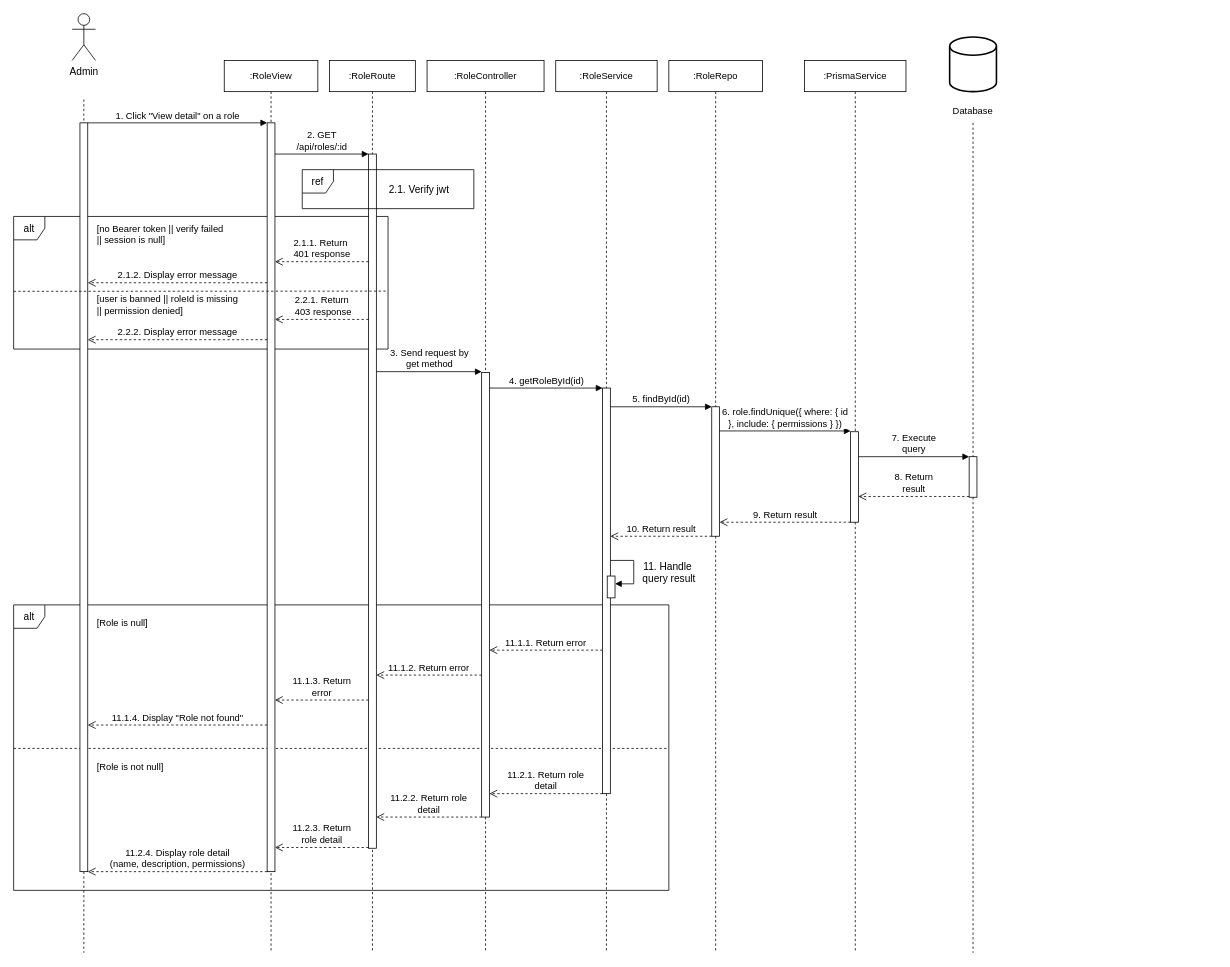
Thunggg/Frevia keeps this draw.io diagram as sequence-diagrams-remake/tthuan/UC-06_02-view-role-detail.drawio. Above is the earlier version. Source tidied: cells renumbered, new cells numbered last; positions are measured from the earlier drawing's top-left corner, leaving out a move shared by most shapes. Both pictures are drawn from the tidied source at 78%, with x=0, y=0 at pixel (13, 13).
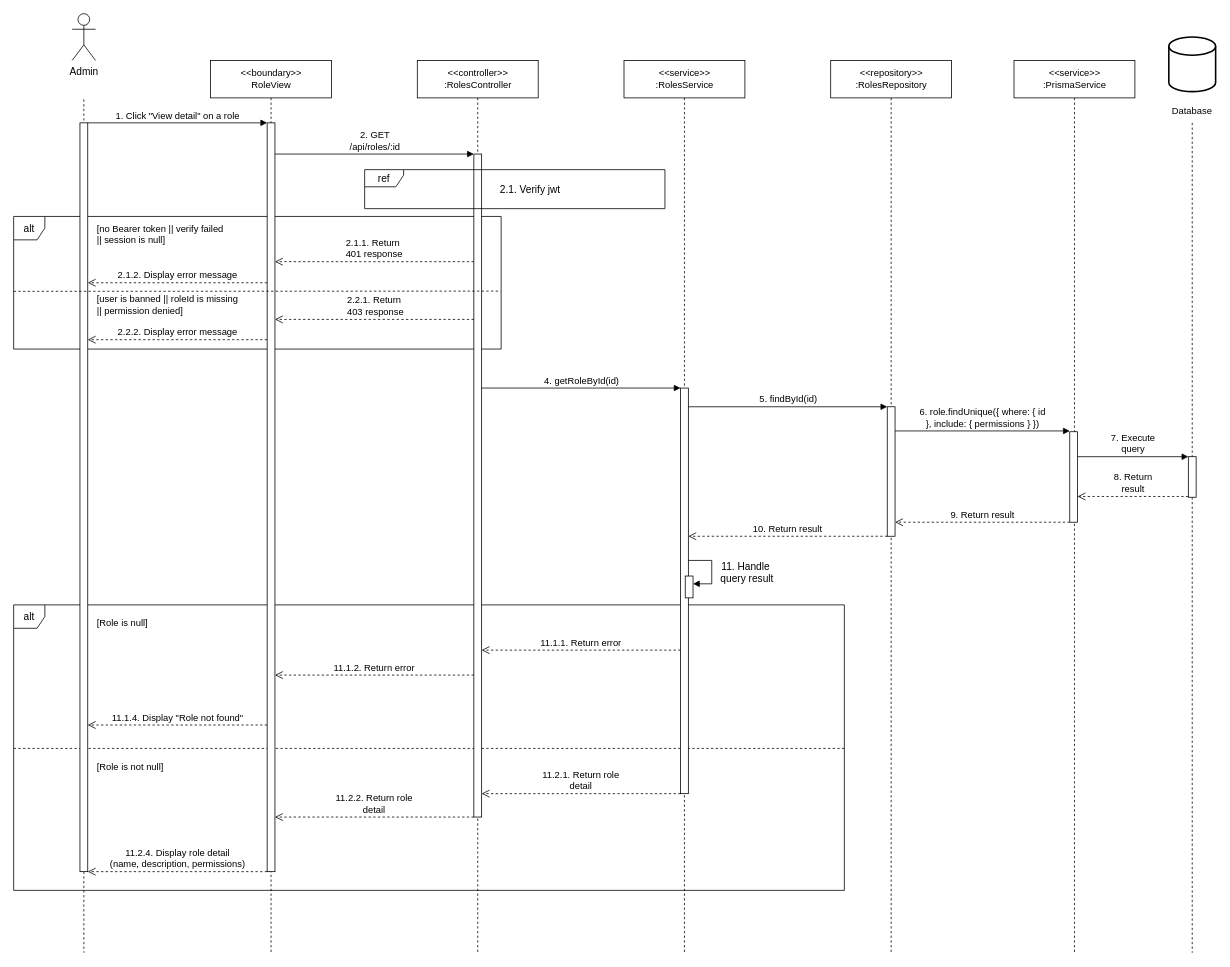
Above is the later version.

What changed in the source:
```diff
@@
-    <mxCell id="4" value=":RoleView" style="shape=umlLifeline;perimeter=lifelinePerimeter;whiteSpace=wrap;html=1;newEdgeStyle={&quot;curved&quot;:0,&quot;rounded&quot;:0};" parent="1" vertex="1">
-      <mxGeometry x="270" y="60" width="120" height="1144" as="geometry" />
+    <mxCell id="4" value="&amp;lt;&amp;lt;boundary&amp;gt;&amp;gt;&lt;br&gt;RoleView" style="shape=umlLifeline;perimeter=lifelinePerimeter;whiteSpace=wrap;html=1;newEdgeStyle={&quot;curved&quot;:0,&quot;rounded&quot;:0};size=48;" parent="1" vertex="1">
+      <mxGeometry x="252.5" y="60" width="155" height="1144" as="geometry" />
     </mxCell>
-    <mxCell id="5" value=":RoleRoute" style="shape=umlLifeline;perimeter=lifelinePerimeter;whiteSpace=wrap;html=1;newEdgeStyle={&quot;curved&quot;:0,&quot;rounded&quot;:0};" parent="1" vertex="1">
-      <mxGeometry x="405" y="60" width="110" height="1144" as="geometry" />
-    </mxCell>
-    <mxCell id="6" value=":RoleController" style="shape=umlLifeline;perimeter=lifelinePerimeter;whiteSpace=wrap;html=1;newEdgeStyle={&quot;curved&quot;:0,&quot;rounded&quot;:0};" parent="1" vertex="1">
-      <mxGeometry x="530" y="60" width="150" height="1144" as="geometry" />
+    <mxCell id="6" value="&amp;lt;&amp;lt;controller&amp;gt;&amp;gt;&lt;br&gt;:RolesController" style="shape=umlLifeline;perimeter=lifelinePerimeter;whiteSpace=wrap;html=1;newEdgeStyle={&quot;curved&quot;:0,&quot;rounded&quot;:0};size=48;" parent="1" vertex="1">
+      <mxGeometry x="517.5" y="60" width="155" height="1144" as="geometry" />
     </mxCell>
-    <mxCell id="7" value=":RoleService" style="shape=umlLifeline;perimeter=lifelinePerimeter;whiteSpace=wrap;html=1;newEdgeStyle={&quot;curved&quot;:0,&quot;rounded&quot;:0};" parent="1" vertex="1">
-      <mxGeometry x="695" y="60" width="130" height="1144" as="geometry" />
+    <mxCell id="7" value="&amp;lt;&amp;lt;service&amp;gt;&amp;gt;&lt;br&gt;:RolesService" style="shape=umlLifeline;perimeter=lifelinePerimeter;whiteSpace=wrap;html=1;newEdgeStyle={&quot;curved&quot;:0,&quot;rounded&quot;:0};size=48;" parent="1" vertex="1">
+      <mxGeometry x="782.5" y="60" width="155" height="1144" as="geometry" />
     </mxCell>
-    <mxCell id="8" value=":RoleRepo" style="shape=umlLifeline;perimeter=lifelinePerimeter;whiteSpace=wrap;html=1;newEdgeStyle={&quot;curved&quot;:0,&quot;rounded&quot;:0};" parent="1" vertex="1">
-      <mxGeometry x="840" y="60" width="120" height="1144" as="geometry" />
+    <mxCell id="8" value="&amp;lt;&amp;lt;repository&amp;gt;&amp;gt;&lt;br&gt;:RolesRepository" style="shape=umlLifeline;perimeter=lifelinePerimeter;whiteSpace=wrap;html=1;newEdgeStyle={&quot;curved&quot;:0,&quot;rounded&quot;:0};size=48;" parent="1" vertex="1">
+      <mxGeometry x="1047.5" y="60" width="155" height="1144" as="geometry" />
     </mxCell>
-    <mxCell id="9" value=":PrismaService" style="shape=umlLifeline;perimeter=lifelinePerimeter;whiteSpace=wrap;html=1;newEdgeStyle={&quot;curved&quot;:0,&quot;rounded&quot;:0};" parent="1" vertex="1">
-      <mxGeometry x="1014" y="60" width="130" height="1144" as="geometry" />
+    <mxCell id="9" value="&amp;lt;&amp;lt;service&amp;gt;&amp;gt;&lt;br&gt;:PrismaService" style="shape=umlLifeline;perimeter=lifelinePerimeter;whiteSpace=wrap;html=1;newEdgeStyle={&quot;curved&quot;:0,&quot;rounded&quot;:0};size=48;" parent="1" vertex="1">
+      <mxGeometry x="1282.5" y="60" width="155" height="1144" as="geometry" />
     </mxCell>
     <mxCell id="10" style="strokeWidth=2;html=1;shape=mxgraph.flowchart.database;whiteSpace=wrap;" parent="1" vertex="1">
-      <mxGeometry x="1200" y="30" width="60" height="70" as="geometry" />
+      <mxGeometry x="1481" y="30" width="60" height="70" as="geometry" />
     </mxCell>
     <mxCell id="11" value="Database" style="text;html=1;align=center;verticalAlign=middle;whiteSpace=wrap;rounded=0;" parent="1" vertex="1">
-      <mxGeometry x="1200" y="110" width="60" height="30" as="geometry" />
+      <mxGeometry x="1481" y="110" width="60" height="30" as="geometry" />
     </mxCell>
     <mxCell id="12" style="endArrow=none;dashed=1;html=1;rounded=0;fontSize=13;" parent="1" edge="1">
       <mxGeometry relative="1" as="geometry">
-        <mxPoint x="1230" y="140" as="sourcePoint" />
-        <mxPoint x="1230" y="1204" as="targetPoint" />
+        <mxPoint x="1511" y="140" as="sourcePoint" />
+        <mxPoint x="1511" y="1204" as="targetPoint" />
       </mxGeometry>
     </mxCell>
     <mxCell id="13" value="alt" style="shape=umlFrame;whiteSpace=wrap;html=1;width=40;height=30;fontSize=13;fillColor=none;" parent="1" vertex="1">
-      <mxGeometry y="260" width="480" height="170" as="geometry" />
+      <mxGeometry y="260" width="625" height="170" as="geometry" />
     </mxCell>
     <mxCell id="14" value="alt" style="shape=umlFrame;whiteSpace=wrap;html=1;width=40;height=30;fontSize=13;fillColor=none;" parent="1" vertex="1">
-      <mxGeometry y="758" width="840" height="366" as="geometry" />
+      <mxGeometry y="758" width="1065" height="366" as="geometry" />
     </mxCell>
     <mxCell id="15" style="endArrow=none;dashed=1;html=1;rounded=0;fontSize=13;" parent="1" edge="1">
       <mxGeometry relative="1" as="geometry">
         <mxPoint y="942" as="sourcePoint" />
-        <mxPoint x="840" y="942" as="targetPoint" />
+        <mxPoint x="1065" y="942" as="targetPoint" />
       </mxGeometry>
     </mxCell>
@@
-    <mxCell id="21" style="html=1;perimeter=orthogonalPerimeter;targetShapes=umlLifeline;newEdgeStyle={&quot;curved&quot;:0,&quot;rounded&quot;:0};" parent="1" vertex="1">
-      <mxGeometry x="455" y="180" width="10" height="890" as="geometry" />
-    </mxCell>
     <mxCell id="22" style="html=1;perimeter=orthogonalPerimeter;targetShapes=umlLifeline;newEdgeStyle={&quot;curved&quot;:0,&quot;rounded&quot;:0};" parent="1" vertex="1">
-      <mxGeometry x="600" y="460" width="10" height="570" as="geometry" />
+      <mxGeometry x="590" y="180" width="10" height="850" as="geometry" />
     </mxCell>
     <mxCell id="23" style="html=1;perimeter=orthogonalPerimeter;targetShapes=umlLifeline;newEdgeStyle={&quot;curved&quot;:0,&quot;rounded&quot;:0};" parent="1" vertex="1">
-      <mxGeometry x="755" y="480" width="10" height="520" as="geometry" />
+      <mxGeometry x="855" y="480" width="10" height="520" as="geometry" />
     </mxCell>
     <mxCell id="24" style="html=1;perimeter=orthogonalPerimeter;targetShapes=umlLifeline;newEdgeStyle={&quot;curved&quot;:0,&quot;rounded&quot;:0};" parent="1" vertex="1">
-      <mxGeometry x="1225" y="568" width="10" height="52" as="geometry" />
+      <mxGeometry x="1506" y="568" width="10" height="52" as="geometry" />
     </mxCell>
     <mxCell id="25" style="html=1;points=[[0,0,0,0,5],[0,1,0,0,-5],[1,0,0,0,5],[1,1,0,0,-5]];perimeter=orthogonalPerimeter;outlineConnect=0;targetShapes=umlLifeline;portConstraint=eastwest;newEdgeStyle={&quot;curved&quot;:0,&quot;rounded&quot;:0};" parent="1" vertex="1">
-      <mxGeometry x="1073" y="536" width="10" height="116" as="geometry" />
+      <mxGeometry x="1354" y="536" width="10" height="116" as="geometry" />
     </mxCell>
     <mxCell id="26" style="html=1;perimeter=orthogonalPerimeter;targetShapes=umlLifeline;newEdgeStyle={&quot;curved&quot;:0,&quot;rounded&quot;:0};" parent="1" vertex="1">
-      <mxGeometry x="895" y="504" width="10" height="166" as="geometry" />
+      <mxGeometry x="1120" y="504" width="10" height="166" as="geometry" />
     </mxCell>
-    <mxCell id="27" value="1. Click &quot;View detail&quot; on a role" style="html=1;verticalAlign=bottom;endArrow=block;curved=0;rounded=0;fontSize=12;" parent="1" edge="1">
+    <mxCell id="27" value="1. Click &quot;View detail&quot; on a role" style="html=1;verticalAlign=bottom;endArrow=block;curved=0;rounded=0;fontSize=12;labelBackgroundColor=#ffffff;" parent="1" edge="1">
       <mxGeometry relative="1" as="geometry">
         <mxPoint x="95" y="140" as="sourcePoint" />
         <mxPoint x="325" y="140" as="targetPoint" />
       </mxGeometry>
     </mxCell>
-    <mxCell id="28" value="2. GET&lt;br&gt;/api/roles/:id" style="html=1;verticalAlign=bottom;endArrow=block;curved=0;rounded=0;fontSize=12;" parent="1" edge="1">
+    <mxCell id="28" value="2. GET&lt;br&gt;/api/roles/:id" style="html=1;verticalAlign=bottom;endArrow=block;curved=0;rounded=0;fontSize=12;labelBackgroundColor=#ffffff;" parent="1" edge="1">
       <mxGeometry relative="1" as="geometry">
         <mxPoint x="335" y="180" as="sourcePoint" />
-        <mxPoint x="455" y="180" as="targetPoint" />
+        <mxPoint x="590" y="180" as="targetPoint" />
       </mxGeometry>
     </mxCell>
-    <mxCell id="29" value="2.1.1. Return&amp;nbsp;&lt;div&gt;401 response&lt;/div&gt;" style="html=1;verticalAlign=bottom;endArrow=open;dashed=1;endSize=8;curved=0;rounded=0;fontSize=12;" parent="1" edge="1">
+    <mxCell id="29" value="2.1.1. Return&amp;nbsp;&lt;div&gt;401 response&lt;/div&gt;" style="html=1;verticalAlign=bottom;endArrow=open;dashed=1;endSize=8;curved=0;rounded=0;fontSize=12;labelBackgroundColor=#ffffff;" parent="1" edge="1">
       <mxGeometry relative="1" as="geometry">
-        <mxPoint x="455" y="318" as="sourcePoint" />
+        <mxPoint x="590" y="318" as="sourcePoint" />
         <mxPoint x="335" y="318" as="targetPoint" />
       </mxGeometry>
     </mxCell>
-    <mxCell id="30" value="2.1.2. Display error message" style="html=1;verticalAlign=bottom;endArrow=open;dashed=1;endSize=8;curved=0;rounded=0;fontSize=12;" parent="1" edge="1">
+    <mxCell id="30" value="2.1.2. Display error message" style="html=1;verticalAlign=bottom;endArrow=open;dashed=1;endSize=8;curved=0;rounded=0;fontSize=12;labelBackgroundColor=#ffffff;" parent="1" edge="1">
       <mxGeometry relative="1" as="geometry">
         <mxPoint x="325" y="345" as="sourcePoint" />
         <mxPoint x="95" y="345" as="targetPoint" />
       </mxGeometry>
     </mxCell>
@@
-    <mxCell id="33" value="2.2.1. Return&lt;div&gt;&amp;nbsp;403 response&lt;/div&gt;" style="html=1;verticalAlign=bottom;endArrow=open;dashed=1;endSize=8;curved=0;rounded=0;fontSize=12;" parent="1" edge="1">
+    <mxCell id="33" value="2.2.1. Return&lt;div&gt;&amp;nbsp;403 response&lt;/div&gt;" style="html=1;verticalAlign=bottom;endArrow=open;dashed=1;endSize=8;curved=0;rounded=0;fontSize=12;labelBackgroundColor=#ffffff;" parent="1" edge="1">
       <mxGeometry relative="1" as="geometry">
-        <mxPoint x="455" y="392" as="sourcePoint" />
+        <mxPoint x="590" y="392" as="sourcePoint" />
         <mxPoint x="335" y="392" as="targetPoint" />
       </mxGeometry>
     </mxCell>
-    <mxCell id="34" value="2.2.2. Display error message" style="html=1;verticalAlign=bottom;endArrow=open;dashed=1;endSize=8;curved=0;rounded=0;fontSize=12;" parent="1" edge="1">
+    <mxCell id="34" value="2.2.2. Display error message" style="html=1;verticalAlign=bottom;endArrow=open;dashed=1;endSize=8;curved=0;rounded=0;fontSize=12;labelBackgroundColor=#ffffff;" parent="1" edge="1">
       <mxGeometry relative="1" as="geometry">
         <mxPoint x="325" y="418" as="sourcePoint" />
         <mxPoint x="95" y="418" as="targetPoint" />
       </mxGeometry>
     </mxCell>
-    <mxCell id="35" value="3. Send request by&lt;br&gt;get method" style="html=1;verticalAlign=bottom;endArrow=block;curved=0;rounded=0;fontSize=12;" parent="1" edge="1">
-      <mxGeometry relative="1" as="geometry">
-        <mxPoint x="465" y="459" as="sourcePoint" />
-        <mxPoint x="600" y="459" as="targetPoint" />
-      </mxGeometry>
-    </mxCell>
-    <mxCell id="36" value="4. getRoleById(id)" style="html=1;verticalAlign=bottom;endArrow=block;curved=0;rounded=0;fontSize=12;" parent="1" edge="1">
+    <mxCell id="36" value="4. getRoleById(id)" style="html=1;verticalAlign=bottom;endArrow=block;curved=0;rounded=0;fontSize=12;labelBackgroundColor=#ffffff;" parent="1" edge="1">
       <mxGeometry relative="1" as="geometry">
-        <mxPoint x="610" y="480" as="sourcePoint" />
-        <mxPoint x="755" y="480" as="targetPoint" />
+        <mxPoint x="600" y="480" as="sourcePoint" />
+        <mxPoint x="855" y="480" as="targetPoint" />
       </mxGeometry>
     </mxCell>
-    <mxCell id="37" value="5. findById(id)" style="html=1;verticalAlign=bottom;endArrow=block;curved=0;rounded=0;fontSize=12;" parent="1" edge="1">
+    <mxCell id="37" value="5. findById(id)" style="html=1;verticalAlign=bottom;endArrow=block;curved=0;rounded=0;fontSize=12;labelBackgroundColor=#ffffff;" parent="1" edge="1">
       <mxGeometry relative="1" as="geometry">
-        <mxPoint x="765" y="504" as="sourcePoint" />
-        <mxPoint x="895" y="504" as="targetPoint" />
+        <mxPoint x="865" y="504" as="sourcePoint" />
+        <mxPoint x="1120" y="504" as="targetPoint" />
       </mxGeometry>
     </mxCell>
-    <mxCell id="38" value="6. role.findUnique({ where: { id&lt;br&gt;}, include: { permissions } })" style="html=1;verticalAlign=bottom;endArrow=block;curved=0;rounded=0;fontSize=12;" parent="1" edge="1">
+    <mxCell id="38" value="6. role.findUnique({ where: { id&lt;br&gt;}, include: { permissions } })" style="html=1;verticalAlign=bottom;endArrow=block;curved=0;rounded=0;fontSize=12;labelBackgroundColor=#ffffff;" parent="1" edge="1">
       <mxGeometry relative="1" as="geometry">
-        <mxPoint x="905" y="535" as="sourcePoint" />
-        <mxPoint x="1073" y="535" as="targetPoint" />
+        <mxPoint x="1130" y="535" as="sourcePoint" />
+        <mxPoint x="1354" y="535" as="targetPoint" />
       </mxGeometry>
     </mxCell>
-    <mxCell id="39" value="7. Execute&lt;br&gt;query" style="html=1;verticalAlign=bottom;endArrow=block;curved=0;rounded=0;fontSize=12;" parent="1" edge="1">
+    <mxCell id="39" value="7. Execute&lt;br&gt;query" style="html=1;verticalAlign=bottom;endArrow=block;curved=0;rounded=0;fontSize=12;labelBackgroundColor=#ffffff;" parent="1" edge="1">
       <mxGeometry relative="1" as="geometry">
-        <mxPoint x="1083" y="568" as="sourcePoint" />
-        <mxPoint x="1225" y="568" as="targetPoint" />
+        <mxPoint x="1364" y="568" as="sourcePoint" />
+        <mxPoint x="1506" y="568" as="targetPoint" />
       </mxGeometry>
     </mxCell>
-    <mxCell id="40" value="8. Return&lt;br&gt;result" style="html=1;verticalAlign=bottom;endArrow=open;dashed=1;endSize=8;curved=0;rounded=0;fontSize=12;" parent="1" edge="1" target="25">
+    <mxCell id="40" value="8. Return&lt;br&gt;result" style="html=1;verticalAlign=bottom;endArrow=open;dashed=1;endSize=8;curved=0;rounded=0;fontSize=12;labelBackgroundColor=#ffffff;" parent="1" edge="1" target="25">
       <mxGeometry relative="1" as="geometry">
-        <mxPoint x="1225" y="619" as="sourcePoint" />
+        <mxPoint x="1506" y="619" as="sourcePoint" />
       </mxGeometry>
     </mxCell>
-    <mxCell id="41" value="9. Return result" style="html=1;verticalAlign=bottom;endArrow=open;dashed=1;endSize=8;curved=0;rounded=0;fontSize=12;" parent="1" edge="1">
+    <mxCell id="41" value="9. Return result" style="html=1;verticalAlign=bottom;endArrow=open;dashed=1;endSize=8;curved=0;rounded=0;fontSize=12;labelBackgroundColor=#ffffff;" parent="1" edge="1">
       <mxGeometry relative="1" as="geometry">
-        <mxPoint x="1073" y="652" as="sourcePoint" />
-        <mxPoint x="905" y="652" as="targetPoint" />
+        <mxPoint x="1354" y="652" as="sourcePoint" />
+        <mxPoint x="1130" y="652" as="targetPoint" />
       </mxGeometry>
     </mxCell>
-    <mxCell id="42" value="10. Return result" style="html=1;verticalAlign=bottom;endArrow=open;dashed=1;endSize=8;curved=0;rounded=0;fontSize=12;" parent="1" edge="1">
+    <mxCell id="42" value="10. Return result" style="html=1;verticalAlign=bottom;endArrow=open;dashed=1;endSize=8;curved=0;rounded=0;fontSize=12;labelBackgroundColor=#ffffff;" parent="1" edge="1">
       <mxGeometry relative="1" as="geometry">
-        <mxPoint x="895" y="670" as="sourcePoint" />
-        <mxPoint x="765" y="670" as="targetPoint" />
+        <mxPoint x="1120" y="670" as="sourcePoint" />
+        <mxPoint x="865" y="670" as="targetPoint" />
       </mxGeometry>
     </mxCell>
-    <mxCell id="43" value="11.1.1. Return error" style="html=1;verticalAlign=bottom;endArrow=open;dashed=1;endSize=8;curved=0;rounded=0;fontSize=12;" parent="1" edge="1">
+    <mxCell id="43" value="11.1.1. Return error" style="html=1;verticalAlign=bottom;endArrow=open;dashed=1;endSize=8;curved=0;rounded=0;fontSize=12;labelBackgroundColor=#ffffff;" parent="1" edge="1">
       <mxGeometry relative="1" as="geometry">
-        <mxPoint x="755" y="816" as="sourcePoint" />
-        <mxPoint x="610" y="816" as="targetPoint" />
+        <mxPoint x="855" y="816" as="sourcePoint" />
+        <mxPoint x="600" y="816" as="targetPoint" />
       </mxGeometry>
     </mxCell>
-    <mxCell id="44" value="11.1.2. Return error" style="html=1;verticalAlign=bottom;endArrow=open;dashed=1;endSize=8;curved=0;rounded=0;fontSize=12;" parent="1" edge="1">
+    <mxCell id="44" value="11.1.2. Return error" style="html=1;verticalAlign=bottom;endArrow=open;dashed=1;endSize=8;curved=0;rounded=0;fontSize=12;labelBackgroundColor=#ffffff;" parent="1" edge="1">
       <mxGeometry relative="1" as="geometry">
-        <mxPoint x="600" y="848" as="sourcePoint" />
-        <mxPoint x="465" y="848" as="targetPoint" />
+        <mxPoint x="590" y="848" as="sourcePoint" />
+        <mxPoint x="335" y="848" as="targetPoint" />
       </mxGeometry>
     </mxCell>
-    <mxCell id="45" value="11.1.3. Return&lt;br&gt;error" style="html=1;verticalAlign=bottom;endArrow=open;dashed=1;endSize=8;curved=0;rounded=0;fontSize=12;" parent="1" edge="1">
-      <mxGeometry relative="1" as="geometry">
-        <mxPoint x="455" y="880" as="sourcePoint" />
-        <mxPoint x="335" y="880" as="targetPoint" />
-      </mxGeometry>
-    </mxCell>
-    <mxCell id="46" value="11.1.4. Display &quot;Role not found&quot;" style="html=1;verticalAlign=bottom;endArrow=open;dashed=1;endSize=8;curved=0;rounded=0;fontSize=12;" parent="1" edge="1">
+    <mxCell id="46" value="11.1.4. Display &quot;Role not found&quot;" style="html=1;verticalAlign=bottom;endArrow=open;dashed=1;endSize=8;curved=0;rounded=0;fontSize=12;labelBackgroundColor=#ffffff;" parent="1" edge="1">
       <mxGeometry relative="1" as="geometry">
         <mxPoint x="325" y="912" as="sourcePoint" />
         <mxPoint x="95" y="912" as="targetPoint" />
       </mxGeometry>
     </mxCell>
-    <mxCell id="47" value="11.2.1. Return role&lt;br&gt;detail" style="html=1;verticalAlign=bottom;endArrow=open;dashed=1;endSize=8;curved=0;rounded=0;fontSize=12;" parent="1" edge="1">
+    <mxCell id="47" value="11.2.1. Return role&lt;br&gt;detail" style="html=1;verticalAlign=bottom;endArrow=open;dashed=1;endSize=8;curved=0;rounded=0;fontSize=12;labelBackgroundColor=#ffffff;" parent="1" edge="1">
       <mxGeometry relative="1" as="geometry">
-        <mxPoint x="755" y="1000" as="sourcePoint" />
-        <mxPoint x="610" y="1000" as="targetPoint" />
+        <mxPoint x="855" y="1000" as="sourcePoint" />
+        <mxPoint x="600" y="1000" as="targetPoint" />
       </mxGeometry>
     </mxCell>
-    <mxCell id="48" value="11.2.2. Return role&lt;br&gt;detail" style="html=1;verticalAlign=bottom;endArrow=open;dashed=1;endSize=8;curved=0;rounded=0;fontSize=12;" parent="1" edge="1">
+    <mxCell id="48" value="11.2.2. Return role&lt;br&gt;detail" style="html=1;verticalAlign=bottom;endArrow=open;dashed=1;endSize=8;curved=0;rounded=0;fontSize=12;labelBackgroundColor=#ffffff;" parent="1" edge="1">
       <mxGeometry relative="1" as="geometry">
-        <mxPoint x="600" y="1030" as="sourcePoint" />
-        <mxPoint x="465" y="1030" as="targetPoint" />
+        <mxPoint x="590" y="1030" as="sourcePoint" />
+        <mxPoint x="335" y="1030" as="targetPoint" />
       </mxGeometry>
     </mxCell>
-    <mxCell id="49" value="11.2.3. Return&lt;br&gt;role detail" style="html=1;verticalAlign=bottom;endArrow=open;dashed=1;endSize=8;curved=0;rounded=0;fontSize=12;" parent="1" edge="1">
-      <mxGeometry relative="1" as="geometry">
-        <mxPoint x="455" y="1069" as="sourcePoint" />
-        <mxPoint x="335" y="1069" as="targetPoint" />
-      </mxGeometry>
-    </mxCell>
-    <mxCell id="50" value="11.2.4. Display role detail&lt;br&gt;(name, description, permissions)" style="html=1;verticalAlign=bottom;endArrow=open;dashed=1;endSize=8;curved=0;rounded=0;fontSize=12;" parent="1" edge="1">
+    <mxCell id="50" value="11.2.4. Display role detail&lt;br&gt;(name, description, permissions)" style="html=1;verticalAlign=bottom;endArrow=open;dashed=1;endSize=8;curved=0;rounded=0;fontSize=12;labelBackgroundColor=#ffffff;" parent="1" edge="1">
       <mxGeometry relative="1" as="geometry">
         <mxPoint x="325" y="1100" as="sourcePoint" />
         <mxPoint x="95" y="1100" as="targetPoint" />
       </mxGeometry>
     </mxCell>
     <mxCell id="51" style="html=1;points=[[0,0,0,0,5],[0,1,0,0,-5],[1,0,0,0,5],[1,1,0,0,-5]];perimeter=orthogonalPerimeter;outlineConnect=0;targetShapes=umlLifeline;portConstraint=eastwest;newEdgeStyle={&quot;curved&quot;:0,&quot;rounded&quot;:0};fontSize=13;fillColor=#ffffff;strokeColor=#000000;" parent="1" vertex="1">
-      <mxGeometry x="761" y="721" width="10" height="28" as="geometry" />
+      <mxGeometry x="861" y="721" width="10" height="28" as="geometry" />
     </mxCell>
-    <mxCell id="52" value="&lt;div&gt;&lt;br&gt;&lt;/div&gt;11.&amp;nbsp;Handle&amp;nbsp;&lt;div&gt;query result&lt;/div&gt;" style="html=1;verticalAlign=bottom;endArrow=block;curved=0;rounded=0;fontSize=13;" parent="1" edge="1" target="51">
+    <mxCell id="52" value="&lt;div&gt;&lt;br&gt;&lt;/div&gt;11.&amp;nbsp;Handle&amp;nbsp;&lt;div&gt;query result&lt;/div&gt;" style="html=1;verticalAlign=bottom;endArrow=block;curved=0;rounded=0;fontSize=13;labelBackgroundColor=#ffffff;" parent="1" edge="1" target="51">
       <mxGeometry x="0.43" y="45" relative="1" as="geometry">
-        <mxPoint x="765" y="701" as="sourcePoint" />
+        <mxPoint x="865" y="701" as="sourcePoint" />
         <Array as="points">
-          <mxPoint x="795" y="701" />
-          <mxPoint x="795" y="731" />
+          <mxPoint x="895" y="701" />
+          <mxPoint x="895" y="731" />
         </Array>
         <mxPoint x="45" y="-41" as="offset" />
       </mxGeometry>
     </mxCell>
-    <mxCell id="53" value="ref" style="shape=umlFrame;whiteSpace=wrap;html=1;width=40;height=30;fontSize=13;" parent="1" vertex="1">
-      <mxGeometry x="370" y="200" width="220" height="50" as="geometry" />
+    <mxCell id="53" value="ref" style="shape=umlFrame;whiteSpace=wrap;html=1;fontSize=13;width=50;height=22;fillColor=#ffffff;labelBackgroundColor=none;" parent="1" vertex="1">
+      <mxGeometry x="450" y="200" width="385" height="50" as="geometry" />
     </mxCell>
-    <mxCell id="54" value="2.1. Verify jwt" style="text;html=1;align=center;verticalAlign=middle;whiteSpace=wrap;rounded=0;fontSize=13;strokeColor=none;" parent="1" vertex="1">
-      <mxGeometry x="455" y="210" width="130" height="30" as="geometry" />
+    <mxCell id="54" value="2.1. Verify jwt" style="text;html=1;verticalAlign=middle;whiteSpace=wrap;rounded=0;fontSize=13;strokeColor=none;align=center;labelBackgroundColor=#ffffff;" parent="1" vertex="1">
+      <mxGeometry x="605" y="210" width="115" height="30" as="geometry" />
     </mxCell>
```
